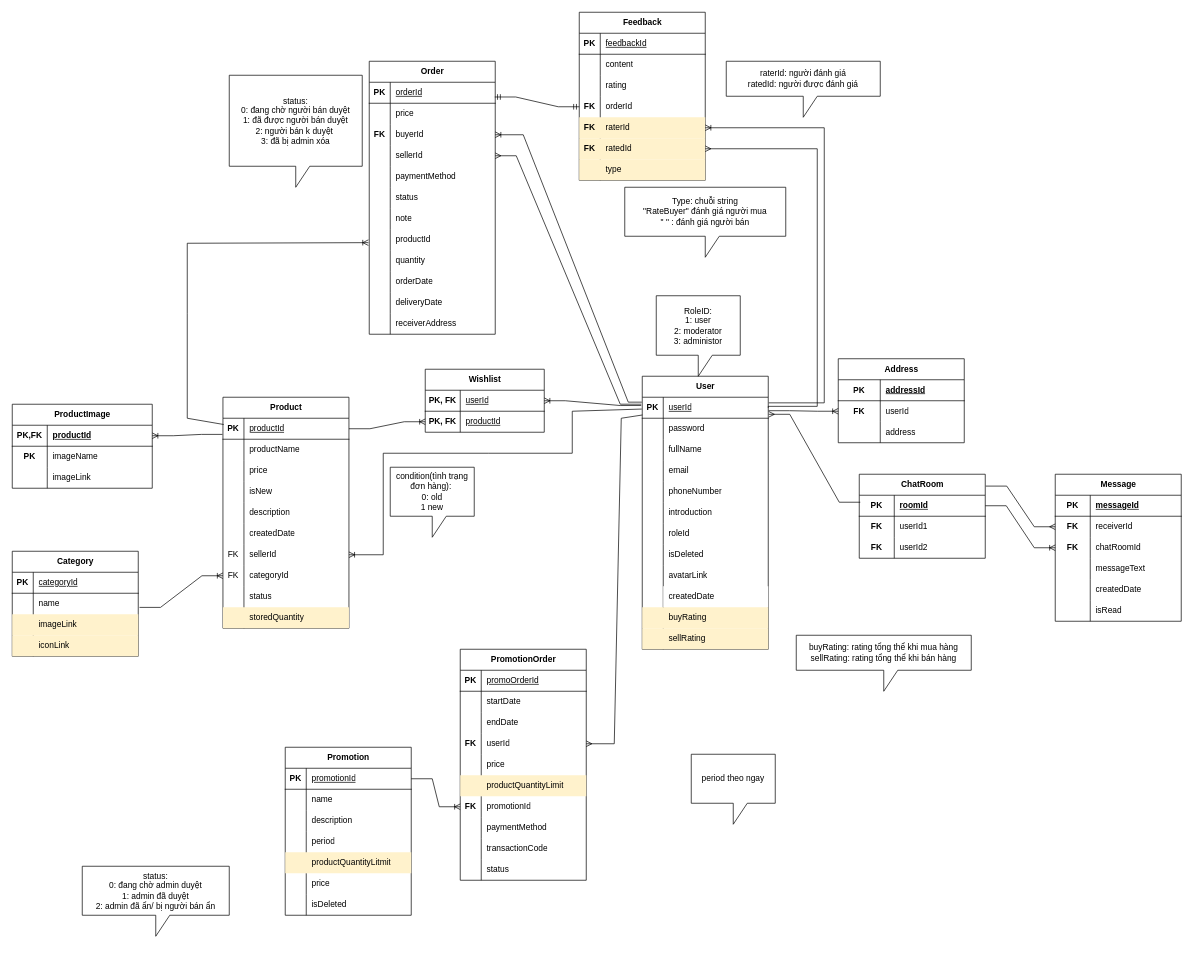
Above: document/ERDPhysic.drawio in annguyenbinh03/FUFleamarket (draw.io), before the change. Source tidied: cells renumbered, new cells numbered last; positions are measured from the earlier drawing's top-left corner, leaving out a move shared by most shapes. Both pictures are drawn from the tidied source at 70%, with x=0, y=0 at pixel (12, 12).
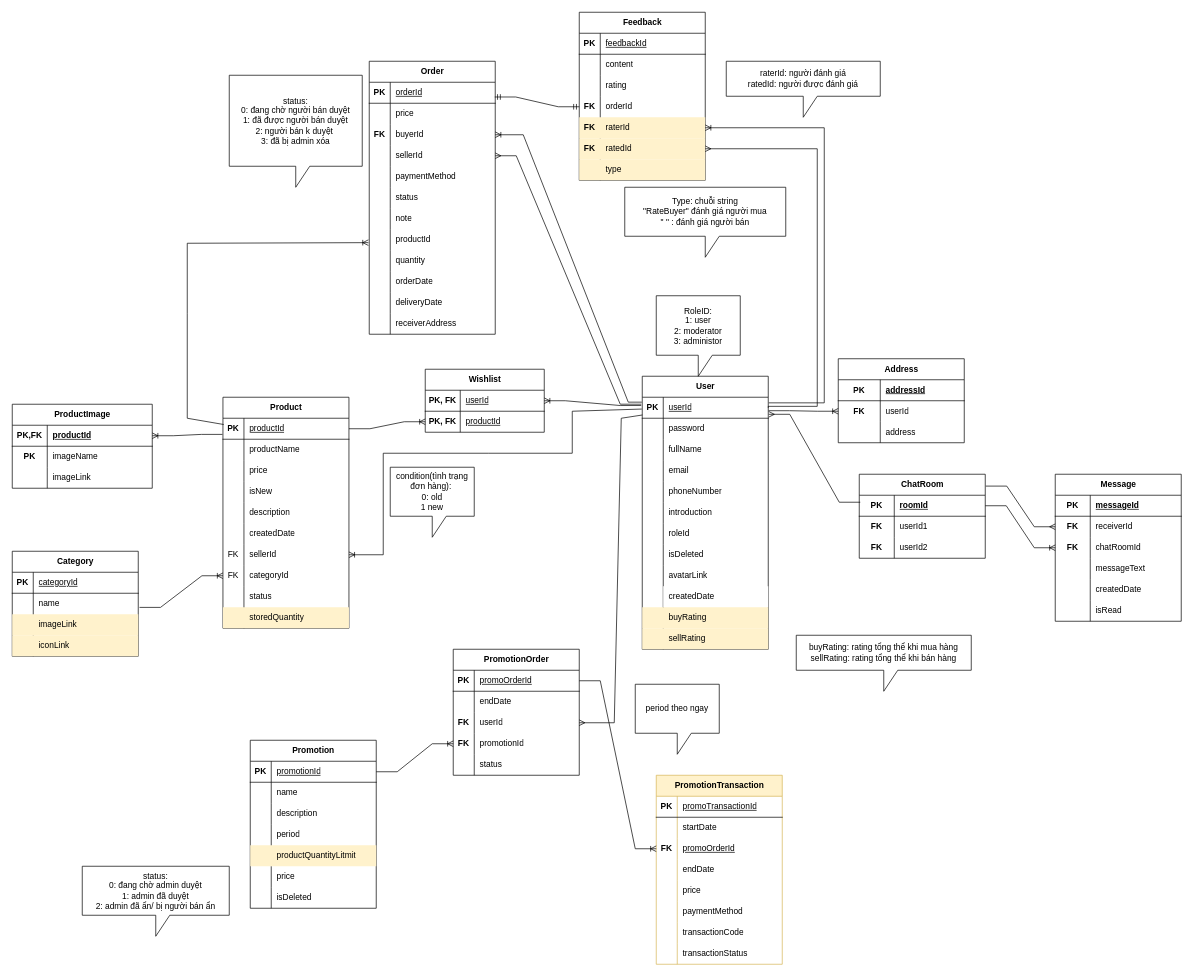
The same diagram, later.

Commit message (it also covers changes not shown here):
Update Db: add promotionTransaction, edit promotionOrder.

Unchanged cells that the change refers to:
```xml
<mxCell id="3" style="shape=tableRow;horizontal=0;startSize=0;swimlaneHead=0;swimlaneBody=0;fillColor=none;points=[[0,0.5],[1,0.5]];portConstraint=eastwest;top=0;left=0;right=0;bottom=1;" parent="2" vertex="1">
  <mxGeometry y="30" width="180" height="30" as="geometry" />
</mxCell>
<mxCell id="156" style="shape=tableRow;horizontal=0;startSize=0;swimlaneHead=0;swimlaneBody=0;fillColor=none;points=[[0,0.5],[1,0.5]];portConstraint=eastwest;top=0;left=0;right=0;bottom=1;" parent="155" vertex="1">
  <mxGeometry y="30" width="180" height="30" as="geometry" />
</mxCell>
```

Diff of the diagram source:
```diff
@@
     <mxCell id="155" value="PromotionOrder" style="shape=table;startSize=30;childLayout=tableLayout;rowLines=0;fontStyle=1;align=center;html=1;" parent="1" vertex="1">
-      <mxGeometry x="640" y="910" width="180" height="330" as="geometry" />
+      <mxGeometry x="630" y="910" width="180" height="180" as="geometry" />
     </mxCell>
@@
-    <mxCell id="159" style="shape=tableRow;horizontal=0;startSize=0;swimlaneHead=0;swimlaneBody=0;fillColor=none;top=0;left=0;right=0;bottom=0;" parent="155" vertex="1">
-      <mxGeometry y="60" width="180" height="30" as="geometry" />
-    </mxCell>
-    <mxCell id="160" style="shape=partialRectangle;fillColor=none;top=0;left=0;bottom=0;right=0;overflow=hidden;whiteSpace=wrap;html=1;" parent="159" vertex="1">
-      <mxGeometry width="30" height="30" as="geometry" />
-    </mxCell>
-    <mxCell id="161" value="startDate" style="shape=partialRectangle;fillColor=none;top=0;left=0;bottom=0;right=0;align=left;spacingLeft=6;overflow=hidden;whiteSpace=wrap;html=1;" parent="159" vertex="1">
-      <mxGeometry x="30" width="150" height="30" as="geometry" />
-    </mxCell>
     <mxCell id="162" style="shape=tableRow;horizontal=0;startSize=0;swimlaneHead=0;swimlaneBody=0;fillColor=none;top=0;left=0;right=0;bottom=0;" parent="155" vertex="1">
-      <mxGeometry y="90" width="180" height="30" as="geometry" />
+      <mxGeometry y="60" width="180" height="30" as="geometry" />
     </mxCell>
@@
     <mxCell id="165" style="shape=tableRow;horizontal=0;startSize=0;swimlaneHead=0;swimlaneBody=0;fillColor=none;points=[[0,0.5],[1,0.5]];portConstraint=eastwest;top=0;left=0;right=0;bottom=0;" parent="155" vertex="1">
-      <mxGeometry y="120" width="180" height="30" as="geometry" />
+      <mxGeometry y="90" width="180" height="30" as="geometry" />
     </mxCell>
@@
-    <mxCell id="168" style="shape=tableRow;horizontal=0;startSize=0;swimlaneHead=0;swimlaneBody=0;fillColor=none;top=0;left=0;right=0;bottom=0;" parent="155" vertex="1">
-      <mxGeometry y="150" width="180" height="30" as="geometry" />
-    </mxCell>
-    <mxCell id="169" style="shape=partialRectangle;fillColor=none;top=0;left=0;bottom=0;right=0;overflow=hidden;whiteSpace=wrap;html=1;" parent="168" vertex="1">
-      <mxGeometry width="30" height="30" as="geometry" />
-    </mxCell>
-    <mxCell id="170" value="price" style="shape=partialRectangle;fillColor=none;top=0;left=0;bottom=0;right=0;align=left;spacingLeft=6;overflow=hidden;whiteSpace=wrap;html=1;" parent="168" vertex="1">
-      <mxGeometry x="30" width="150" height="30" as="geometry" />
-    </mxCell>
-    <mxCell id="171" style="shape=tableRow;horizontal=0;startSize=0;swimlaneHead=0;swimlaneBody=0;fillColor=#fff2cc;top=0;left=0;right=0;bottom=0;strokeColor=#d6b656;" parent="155" vertex="1">
-      <mxGeometry y="180" width="180" height="30" as="geometry" />
-    </mxCell>
-    <mxCell id="172" style="shape=partialRectangle;fillColor=none;top=0;left=0;bottom=0;right=0;overflow=hidden;whiteSpace=wrap;html=1;" parent="171" vertex="1">
-      <mxGeometry width="30" height="30" as="geometry" />
-    </mxCell>
-    <mxCell id="173" value="productQuantityLimit" style="shape=partialRectangle;fillColor=none;top=0;left=0;bottom=0;right=0;align=left;spacingLeft=6;overflow=hidden;whiteSpace=wrap;html=1;" parent="171" vertex="1">
-      <mxGeometry x="30" width="150" height="30" as="geometry" />
-    </mxCell>
     <mxCell id="174" style="shape=tableRow;horizontal=0;startSize=0;swimlaneHead=0;swimlaneBody=0;fillColor=none;points=[[0,0.5],[1,0.5]];portConstraint=eastwest;top=0;left=0;right=0;bottom=0;" parent="155" vertex="1">
-      <mxGeometry y="210" width="180" height="30" as="geometry" />
+      <mxGeometry y="120" width="180" height="30" as="geometry" />
     </mxCell>
@@
-    <mxCell id="177" style="shape=tableRow;horizontal=0;startSize=0;swimlaneHead=0;swimlaneBody=0;fillColor=none;top=0;left=0;right=0;bottom=0;" parent="155" vertex="1">
-      <mxGeometry y="240" width="180" height="30" as="geometry" />
-    </mxCell>
-    <mxCell id="178" style="shape=partialRectangle;fillColor=none;top=0;left=0;bottom=0;right=0;overflow=hidden;whiteSpace=wrap;html=1;" parent="177" vertex="1">
-      <mxGeometry width="30" height="30" as="geometry" />
-    </mxCell>
-    <mxCell id="179" value="paymentMethod" style="shape=partialRectangle;fillColor=none;top=0;left=0;bottom=0;right=0;align=left;spacingLeft=6;overflow=hidden;whiteSpace=wrap;html=1;" parent="177" vertex="1">
-      <mxGeometry x="30" width="150" height="30" as="geometry" />
-    </mxCell>
-    <mxCell id="180" style="shape=tableRow;horizontal=0;startSize=0;swimlaneHead=0;swimlaneBody=0;fillColor=none;top=0;left=0;right=0;bottom=0;" parent="155" vertex="1">
-      <mxGeometry y="270" width="180" height="30" as="geometry" />
-    </mxCell>
-    <mxCell id="181" style="shape=partialRectangle;fillColor=none;top=0;left=0;bottom=0;right=0;overflow=hidden;whiteSpace=wrap;html=1;" parent="180" vertex="1">
-      <mxGeometry width="30" height="30" as="geometry" />
-    </mxCell>
-    <mxCell id="182" value="transactionCode" style="shape=partialRectangle;fillColor=none;top=0;left=0;bottom=0;right=0;align=left;spacingLeft=6;overflow=hidden;whiteSpace=wrap;html=1;" parent="180" vertex="1">
-      <mxGeometry x="30" width="150" height="30" as="geometry" />
-    </mxCell>
     <mxCell id="183" style="shape=tableRow;horizontal=0;startSize=0;swimlaneHead=0;swimlaneBody=0;fillColor=none;top=0;left=0;right=0;bottom=0;" parent="155" vertex="1">
-      <mxGeometry y="300" width="180" height="30" as="geometry" />
+      <mxGeometry y="150" width="180" height="30" as="geometry" />
     </mxCell>
@@
     <mxCell id="230" value="Promotion" style="shape=table;startSize=30;childLayout=tableLayout;rowLines=0;fontStyle=1;align=center;html=1;" parent="1" vertex="1">
-      <mxGeometry x="390" y="1050" width="180" height="240" as="geometry" />
+      <mxGeometry x="340" y="1040" width="180" height="240" as="geometry" />
     </mxCell>
@@
     <mxCell id="254" value="period theo ngay" style="shape=callout;whiteSpace=wrap;html=1;perimeter=calloutPerimeter;" parent="1" vertex="1">
-      <mxGeometry x="970" y="1060" width="120" height="100" as="geometry" />
+      <mxGeometry x="890" y="960" width="120" height="100" as="geometry" />
     </mxCell>
@@
     <mxCell id="256" style="fontSize=12;html=1;endArrow=ERmany;rounded=0;entryX=1;entryY=0.5;entryDx=0;entryDy=0;exitX=0.001;exitY=0.845;exitDx=0;exitDy=0;exitPerimeter=0;" parent="1" edge="1" source="3" target="165">
       <mxGeometry relative="1" as="geometry">
         <Array as="points">
           <mxPoint x="870" y="580" />
-          <mxPoint x="860" y="1045" />
+          <mxPoint x="860" y="1015" />
         </Array>
       </mxGeometry>
     </mxCell>
@@
+    <mxCell id="276" value="PromotionTransaction" style="shape=table;startSize=30;childLayout=tableLayout;rowLines=0;fontStyle=1;align=center;html=1;fillColor=#fff2cc;strokeColor=#d6b656;" parent="1" vertex="1">
+      <mxGeometry x="920" y="1090" width="180" height="270" as="geometry" />
+    </mxCell>
+    <mxCell id="277" style="shape=tableRow;horizontal=0;startSize=0;swimlaneHead=0;swimlaneBody=0;fillColor=none;top=0;left=0;right=0;bottom=1;" parent="276" vertex="1">
+      <mxGeometry y="30" width="180" height="30" as="geometry" />
+    </mxCell>
+    <mxCell id="278" value="PK" style="shape=partialRectangle;fillColor=none;top=0;left=0;bottom=0;right=0;fontStyle=1;overflow=hidden;whiteSpace=wrap;html=1;" parent="277" vertex="1">
+      <mxGeometry width="30" height="30" as="geometry" />
+    </mxCell>
+    <mxCell id="279" value="&lt;span style=&quot;font-weight: normal;&quot;&gt;promoTransactionId&lt;/span&gt;" style="shape=partialRectangle;fillColor=none;top=0;left=0;bottom=0;right=0;align=left;spacingLeft=6;fontStyle=5;overflow=hidden;whiteSpace=wrap;html=1;" parent="277" vertex="1">
+      <mxGeometry x="30" width="150" height="30" as="geometry" />
+    </mxCell>
+    <mxCell id="159" style="shape=tableRow;horizontal=0;startSize=0;swimlaneHead=0;swimlaneBody=0;fillColor=none;top=0;left=0;right=0;bottom=0;" parent="276" vertex="1">
+      <mxGeometry y="60" width="180" height="30" as="geometry" />
+    </mxCell>
+    <mxCell id="280" style="shape=partialRectangle;fillColor=none;top=0;left=0;bottom=0;right=0;overflow=hidden;whiteSpace=wrap;html=1;" parent="159" vertex="1">
+      <mxGeometry width="30" height="30" as="geometry" />
+    </mxCell>
+    <mxCell id="161" value="startDate" style="shape=partialRectangle;fillColor=none;top=0;left=0;bottom=0;right=0;align=left;spacingLeft=6;overflow=hidden;whiteSpace=wrap;html=1;" parent="159" vertex="1">
+      <mxGeometry x="30" width="150" height="30" as="geometry" />
+    </mxCell>
+    <mxCell id="281" style="shape=tableRow;horizontal=0;startSize=0;swimlaneHead=0;swimlaneBody=0;fillColor=none;points=[[0,0.5],[1,0.5]];portConstraint=eastwest;top=0;left=0;right=0;bottom=0;" parent="276" vertex="1">
+      <mxGeometry y="90" width="180" height="30" as="geometry" />
+    </mxCell>
+    <mxCell id="282" value="&lt;b&gt;FK&lt;/b&gt;" style="shape=partialRectangle;fillColor=none;top=0;left=0;bottom=0;right=0;overflow=hidden;whiteSpace=wrap;html=1;" parent="281" vertex="1">
+      <mxGeometry width="30" height="30" as="geometry" />
+    </mxCell>
+    <mxCell id="283" value="&lt;span style=&quot;text-decoration-line: underline;&quot;&gt;promoOrderId&lt;/span&gt;" style="shape=partialRectangle;fillColor=none;top=0;left=0;bottom=0;right=0;align=left;spacingLeft=6;overflow=hidden;whiteSpace=wrap;html=1;" parent="281" vertex="1">
+      <mxGeometry x="30" width="150" height="30" as="geometry" />
+    </mxCell>
+    <mxCell id="284" style="shape=tableRow;horizontal=0;startSize=0;swimlaneHead=0;swimlaneBody=0;fillColor=none;top=0;left=0;right=0;bottom=0;" parent="276" vertex="1">
+      <mxGeometry y="120" width="180" height="30" as="geometry" />
+    </mxCell>
+    <mxCell id="285" style="shape=partialRectangle;fillColor=none;top=0;left=0;bottom=0;right=0;overflow=hidden;whiteSpace=wrap;html=1;" parent="284" vertex="1">
+      <mxGeometry width="30" height="30" as="geometry" />
+    </mxCell>
+    <mxCell id="286" value="endDate" style="shape=partialRectangle;fillColor=none;top=0;left=0;bottom=0;right=0;align=left;spacingLeft=6;overflow=hidden;whiteSpace=wrap;html=1;" parent="284" vertex="1">
+      <mxGeometry x="30" width="150" height="30" as="geometry" />
+    </mxCell>
+    <mxCell id="168" style="shape=tableRow;horizontal=0;startSize=0;swimlaneHead=0;swimlaneBody=0;fillColor=none;top=0;left=0;right=0;bottom=0;" parent="276" vertex="1">
+      <mxGeometry y="150" width="180" height="30" as="geometry" />
+    </mxCell>
+    <mxCell id="287" style="shape=partialRectangle;fillColor=none;top=0;left=0;bottom=0;right=0;overflow=hidden;whiteSpace=wrap;html=1;" parent="168" vertex="1">
+      <mxGeometry width="30" height="30" as="geometry" />
+    </mxCell>
+    <mxCell id="170" value="price" style="shape=partialRectangle;fillColor=none;top=0;left=0;bottom=0;right=0;align=left;spacingLeft=6;overflow=hidden;whiteSpace=wrap;html=1;" parent="168" vertex="1">
+      <mxGeometry x="30" width="150" height="30" as="geometry" />
+    </mxCell>
+    <mxCell id="288" style="shape=tableRow;horizontal=0;startSize=0;swimlaneHead=0;swimlaneBody=0;fillColor=none;top=0;left=0;right=0;bottom=0;" parent="276" vertex="1">
+      <mxGeometry y="180" width="180" height="30" as="geometry" />
+    </mxCell>
+    <mxCell id="289" style="shape=partialRectangle;fillColor=none;top=0;left=0;bottom=0;right=0;overflow=hidden;whiteSpace=wrap;html=1;" parent="288" vertex="1">
+      <mxGeometry width="30" height="30" as="geometry" />
+    </mxCell>
+    <mxCell id="179" value="paymentMethod" style="shape=partialRectangle;fillColor=none;top=0;left=0;bottom=0;right=0;align=left;spacingLeft=6;overflow=hidden;whiteSpace=wrap;html=1;" parent="288" vertex="1">
+      <mxGeometry x="30" width="150" height="30" as="geometry" />
+    </mxCell>
+    <mxCell id="290" style="shape=tableRow;horizontal=0;startSize=0;swimlaneHead=0;swimlaneBody=0;fillColor=none;top=0;left=0;right=0;bottom=0;" parent="276" vertex="1">
+      <mxGeometry y="210" width="180" height="30" as="geometry" />
+    </mxCell>
+    <mxCell id="291" style="shape=partialRectangle;fillColor=none;top=0;left=0;bottom=0;right=0;overflow=hidden;whiteSpace=wrap;html=1;" parent="290" vertex="1">
+      <mxGeometry width="30" height="30" as="geometry" />
+    </mxCell>
+    <mxCell id="182" value="transactionCode" style="shape=partialRectangle;fillColor=none;top=0;left=0;bottom=0;right=0;align=left;spacingLeft=6;overflow=hidden;whiteSpace=wrap;html=1;" parent="290" vertex="1">
+      <mxGeometry x="30" width="150" height="30" as="geometry" />
+    </mxCell>
+    <mxCell id="177" style="shape=tableRow;horizontal=0;startSize=0;swimlaneHead=0;swimlaneBody=0;fillColor=none;top=0;left=0;right=0;bottom=0;" parent="276" vertex="1">
+      <mxGeometry y="240" width="180" height="30" as="geometry" />
+    </mxCell>
+    <mxCell id="292" style="shape=partialRectangle;fillColor=none;top=0;left=0;bottom=0;right=0;overflow=hidden;whiteSpace=wrap;html=1;" parent="177" vertex="1">
+      <mxGeometry width="30" height="30" as="geometry" />
+    </mxCell>
+    <mxCell id="293" value="transactionStatus" style="shape=partialRectangle;fillColor=none;top=0;left=0;bottom=0;right=0;align=left;spacingLeft=6;overflow=hidden;whiteSpace=wrap;html=1;" parent="177" vertex="1">
+      <mxGeometry x="30" width="150" height="30" as="geometry" />
+    </mxCell>
+    <mxCell id="294" style="edgeStyle=entityRelationEdgeStyle;fontSize=12;html=1;endArrow=ERoneToMany;rounded=0;exitX=1;exitY=0.5;exitDx=0;exitDy=0;entryX=0;entryY=0.5;entryDx=0;entryDy=0;" parent="1" edge="1" source="156" target="281">
+      <mxGeometry relative="1" as="geometry" />
+    </mxCell>
```
